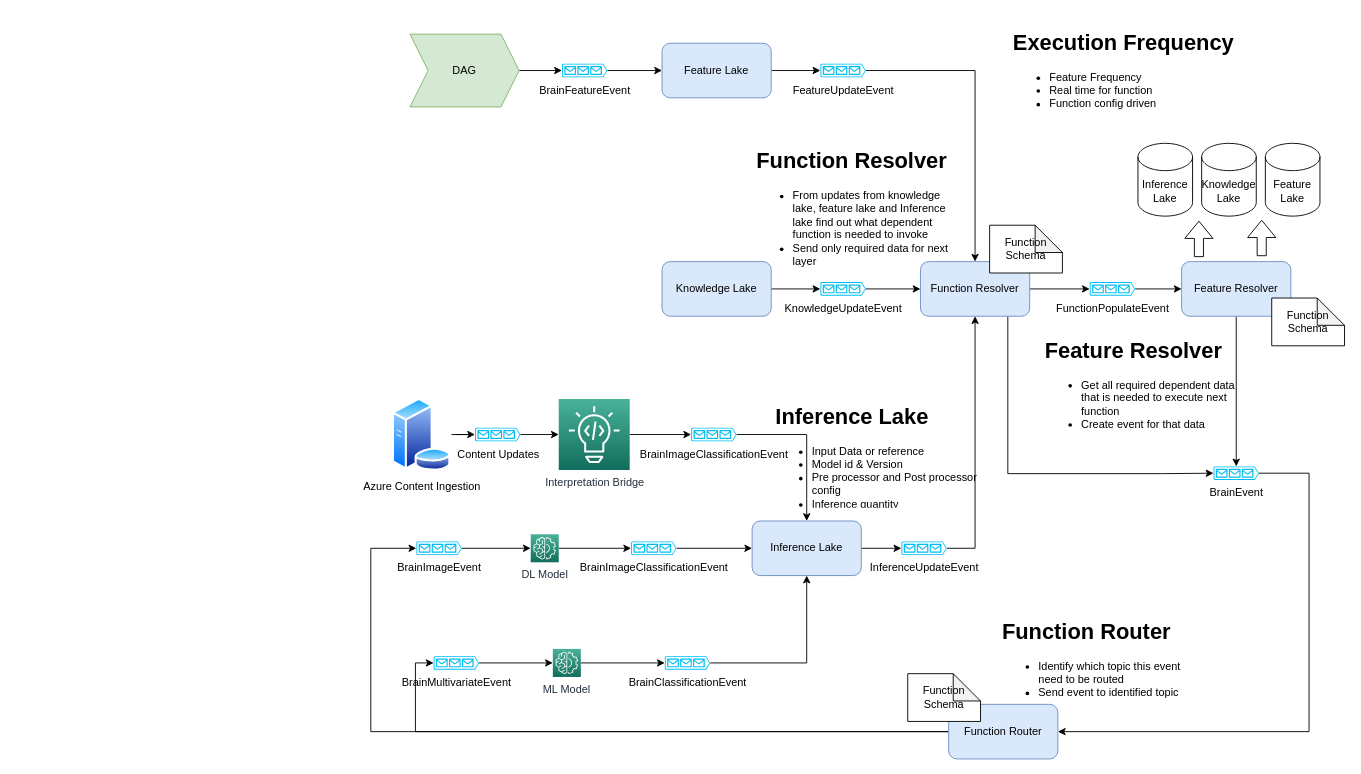
Before: page "Inference Lake" (8 of 9) of docs/diagram/ml.drawio in brain-os/brain-proto, a draw.io diagram. Source tidied: cells renumbered, new cells numbered last; positions are measured from the earlier drawing's top-left corner, leaving out a move shared by most shapes. Both pictures are drawn from the tidied source at 91%, with x=0, y=0 at pixel (370, 25).
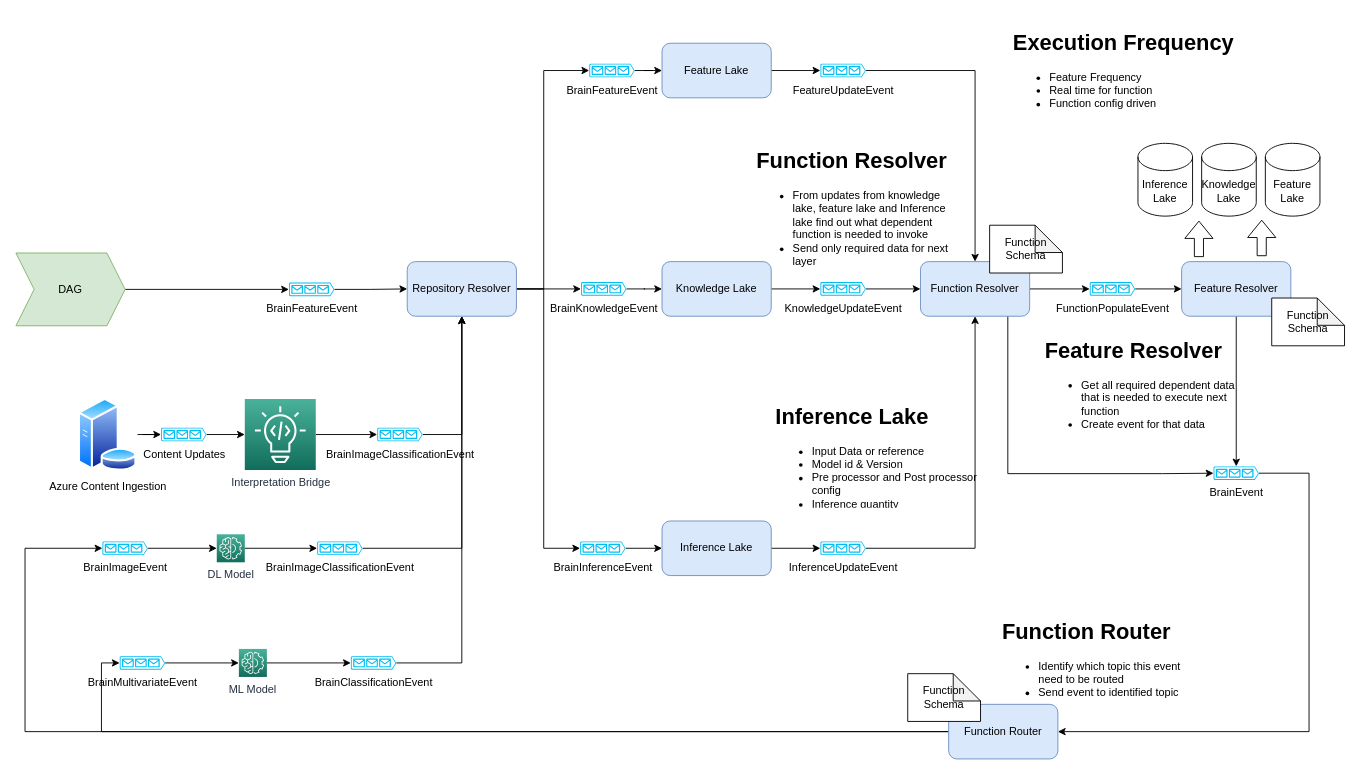
The same diagram, later.

Commit message:
Diagram refined

The change refers to these unchanged cells:
```xml
<mxCell id="13" value="Feature Lake" style="rounded=1;whiteSpace=wrap;html=1;fillColor=#dae8fc;strokeColor=#6c8ebf;" parent="1" vertex="1">
  <mxGeometry x="320" y="20" width="120" height="60" as="geometry" />
</mxCell>
<mxCell id="21" value="Knowledge Lake" style="rounded=1;whiteSpace=wrap;html=1;fillColor=#dae8fc;strokeColor=#6c8ebf;" parent="1" vertex="1">
  <mxGeometry x="320" y="260" width="120" height="60" as="geometry" />
</mxCell>
<mxCell id="40" value="Function Router" style="rounded=1;whiteSpace=wrap;html=1;fillColor=#dae8fc;strokeColor=#6c8ebf;" parent="1" vertex="1">
  <mxGeometry x="635" y="746.5" width="120" height="60" as="geometry" />
</mxCell>
```

The edit, as a diff of the source:
```diff
@@
     <mxCell id="3" value="&lt;font color=&quot;#000000&quot;&gt;DAG&lt;/font&gt;" style="shape=step;perimeter=stepPerimeter;whiteSpace=wrap;html=1;fixedSize=1;fillColor=#d5e8d4;strokeColor=#82b366;" parent="1" vertex="1">
-      <mxGeometry x="43" y="10" width="120" height="80" as="geometry" />
+      <mxGeometry x="-390" y="250.5" width="120" height="80" as="geometry" />
     </mxCell>
@@
-    <mxCell id="5" style="edgeStyle=orthogonalEdgeStyle;rounded=0;jettySize=auto;html=1;entryX=0;entryY=0.5;entryDx=0;entryDy=0;" parent="1" edge="1" source="6" target="15">
-      <mxGeometry relative="1" as="geometry" />
-    </mxCell>
+    <mxCell id="63" style="edgeStyle=orthogonalEdgeStyle;rounded=0;jettySize=auto;html=1;entryX=0.5;entryY=1;entryDx=0;entryDy=0;" parent="1" edge="1" source="6" target="70">
+      <mxGeometry relative="1" as="geometry" />
+    </mxCell>
     <mxCell id="6" value="BrainImageClassificationEvent" style="verticalLabelPosition=bottom;html=1;verticalAlign=top;align=center;strokeColor=none;fillColor=#00BEF2;shape=mxgraph.azure.queue_generic;" parent="1" vertex="1">
-      <mxGeometry x="286" y="567.5" width="50" height="15" as="geometry" />
+      <mxGeometry x="-59" y="567.5" width="50" height="15" as="geometry" />
     </mxCell>
-    <mxCell id="7" style="edgeStyle=orthogonalEdgeStyle;rounded=0;jettySize=auto;html=1;entryX=0;entryY=0.5;entryDx=0;entryDy=0;fontColor=#000000;" parent="1" edge="1" source="8" target="13">
-      <mxGeometry relative="1" as="geometry" />
-    </mxCell>
+    <mxCell id="64" style="edgeStyle=orthogonalEdgeStyle;rounded=0;jettySize=auto;html=1;" parent="1" edge="1" source="8" target="70">
+      <mxGeometry relative="1" as="geometry" />
+    </mxCell>
     <mxCell id="8" value="BrainFeatureEvent" style="verticalLabelPosition=bottom;html=1;verticalAlign=top;align=center;strokeColor=none;fillColor=#00BEF2;shape=mxgraph.azure.queue_generic;" parent="1" vertex="1">
-      <mxGeometry x="210" y="42.5" width="50" height="15" as="geometry" />
+      <mxGeometry x="-90" y="283" width="50" height="15" as="geometry" />
     </mxCell>
@@
-    <mxCell id="10" style="edgeStyle=orthogonalEdgeStyle;rounded=0;jettySize=auto;html=1;entryX=0.5;entryY=1;entryDx=0;entryDy=0;fontColor=#000000;" parent="1" edge="1" source="11" target="15">
-      <mxGeometry relative="1" as="geometry" />
-    </mxCell>
+    <mxCell id="65" style="edgeStyle=orthogonalEdgeStyle;rounded=0;jettySize=auto;html=1;entryX=0.5;entryY=1;entryDx=0;entryDy=0;" parent="1" edge="1" source="11" target="70">
+      <mxGeometry relative="1" as="geometry" />
+    </mxCell>
     <mxCell id="11" value="BrainClassificationEvent" style="verticalLabelPosition=bottom;html=1;verticalAlign=top;align=center;strokeColor=none;fillColor=#00BEF2;shape=mxgraph.azure.queue_generic;" parent="1" vertex="1">
-      <mxGeometry x="323" y="693.5" width="50" height="15" as="geometry" />
+      <mxGeometry x="-22" y="693.5" width="50" height="15" as="geometry" />
     </mxCell>
@@
     <mxCell id="15" value="Inference Lake" style="rounded=1;whiteSpace=wrap;html=1;fillColor=#dae8fc;strokeColor=#6c8ebf;" parent="1" vertex="1">
-      <mxGeometry x="419" y="545" width="120" height="60" as="geometry" />
+      <mxGeometry x="320" y="545" width="120" height="60" as="geometry" />
     </mxCell>
@@
     <mxCell id="27" value="InferenceUpdateEvent" style="verticalLabelPosition=bottom;html=1;verticalAlign=top;align=center;strokeColor=none;fillColor=#00BEF2;shape=mxgraph.azure.queue_generic;" parent="1" vertex="1">
-      <mxGeometry x="583" y="567.5" width="50" height="15" as="geometry" />
+      <mxGeometry x="494" y="567.5" width="50" height="15" as="geometry" />
     </mxCell>
@@
     <mxCell id="39" style="edgeStyle=orthogonalEdgeStyle;rounded=0;jettySize=auto;html=1;entryX=0;entryY=0.5;entryDx=0;entryDy=0;entryPerimeter=0;fontColor=#000000;" parent="1" edge="1" source="40" target="45">
       <mxGeometry relative="1" as="geometry">
         <Array as="points">
-          <mxPoint y="777" />
-          <mxPoint y="575" />
+          <mxPoint x="-380" y="777" />
+          <mxPoint x="-380" y="575" />
         </Array>
       </mxGeometry>
     </mxCell>
@@
     <mxCell id="45" value="BrainImageEvent" style="verticalLabelPosition=bottom;html=1;verticalAlign=top;align=center;strokeColor=none;fillColor=#00BEF2;shape=mxgraph.azure.queue_generic;" parent="1" vertex="1">
-      <mxGeometry x="50" y="567.5" width="50" height="15" as="geometry" />
+      <mxGeometry x="-295" y="567.5" width="50" height="15" as="geometry" />
     </mxCell>
@@
     <mxCell id="47" value="BrainMultivariateEvent" style="verticalLabelPosition=bottom;html=1;verticalAlign=top;align=center;strokeColor=none;fillColor=#00BEF2;shape=mxgraph.azure.queue_generic;" parent="1" vertex="1">
-      <mxGeometry x="69" y="693.5" width="50" height="15" as="geometry" />
+      <mxGeometry x="-276" y="693.5" width="50" height="15" as="geometry" />
     </mxCell>
@@
     <mxCell id="51" value="Azure Content Ingestion" style="perimeter=ellipsePerimeter;html=1;align=center;shadow=0;dashed=0;spacingTop=3;image;image=img/lib/active_directory/database_server.svg;" parent="1" vertex="1">
-      <mxGeometry x="23" y="410" width="65.6" height="80" as="geometry" />
+      <mxGeometry x="-322" y="410" width="65.6" height="80" as="geometry" />
     </mxCell>
@@
     <mxCell id="53" value="Content Updates" style="verticalLabelPosition=bottom;html=1;verticalAlign=top;align=center;strokeColor=none;fillColor=#00BEF2;shape=mxgraph.azure.queue_generic;" parent="1" vertex="1">
-      <mxGeometry x="114.5" y="442.5" width="50" height="15" as="geometry" />
+      <mxGeometry x="-230.5" y="442.5" width="50" height="15" as="geometry" />
     </mxCell>
@@
     <mxCell id="55" value="Interpretation Bridge" style="sketch=0;points=[[0,0,0],[0.25,0,0],[0.5,0,0],[0.75,0,0],[1,0,0],[0,1,0],[0.25,1,0],[0.5,1,0],[0.75,1,0],[1,1,0],[0,0.25,0],[0,0.5,0],[0,0.75,0],[1,0.25,0],[1,0.5,0],[1,0.75,0]];outlineConnect=0;fontColor=#232F3E;gradientColor=#4AB29A;gradientDirection=north;fillColor=#116D5B;strokeColor=#ffffff;dashed=0;verticalLabelPosition=bottom;verticalAlign=top;align=center;html=1;fontSize=12;fontStyle=0;shape=mxgraph.aws4.resourceIcon;resIcon=mxgraph.aws4.codeguru_2;" parent="1" vertex="1">
-      <mxGeometry x="206.5" y="411" width="78" height="78" as="geometry" />
+      <mxGeometry x="-138.5" y="411" width="78" height="78" as="geometry" />
     </mxCell>
-    <mxCell id="56" style="edgeStyle=orthogonalEdgeStyle;rounded=0;jettySize=auto;html=1;" parent="1" edge="1" source="57" target="15">
-      <mxGeometry relative="1" as="geometry" />
-    </mxCell>
+    <mxCell id="66" style="edgeStyle=orthogonalEdgeStyle;rounded=0;jettySize=auto;html=1;entryX=0.5;entryY=1;entryDx=0;entryDy=0;" parent="1" edge="1" source="57" target="70">
+      <mxGeometry relative="1" as="geometry">
+        <Array as="points">
+          <mxPoint x="100" y="450" />
+        </Array>
+      </mxGeometry>
+    </mxCell>
     <mxCell id="57" value="BrainImageClassificationEvent" style="verticalLabelPosition=bottom;html=1;verticalAlign=top;align=center;strokeColor=none;fillColor=#00BEF2;shape=mxgraph.azure.queue_generic;" parent="1" vertex="1">
-      <mxGeometry x="352" y="442.5" width="50" height="15" as="geometry" />
+      <mxGeometry x="7" y="442.5" width="50" height="15" as="geometry" />
     </mxCell>
     <mxCell id="58" value="DL Model" style="sketch=0;points=[[0,0,0],[0.25,0,0],[0.5,0,0],[0.75,0,0],[1,0,0],[0,1,0],[0.25,1,0],[0.5,1,0],[0.75,1,0],[1,1,0],[0,0.25,0],[0,0.5,0],[0,0.75,0],[1,0.25,0],[1,0.5,0],[1,0.75,0]];outlineConnect=0;fontColor=#232F3E;gradientColor=#4AB29A;gradientDirection=north;fillColor=#116D5B;strokeColor=#ffffff;dashed=0;verticalLabelPosition=bottom;verticalAlign=top;align=center;html=1;fontSize=12;fontStyle=0;shape=mxgraph.aws4.resourceIcon;resIcon=mxgraph.aws4.machine_learning;" parent="1" vertex="1">
-      <mxGeometry x="175.7" y="559.6" width="30.8" height="30.8" as="geometry" />
+      <mxGeometry x="-169.3" y="559.6" width="30.8" height="30.8" as="geometry" />
     </mxCell>
     <mxCell id="59" value="ML Model" style="sketch=0;points=[[0,0,0],[0.25,0,0],[0.5,0,0],[0.75,0,0],[1,0,0],[0,1,0],[0.25,1,0],[0.5,1,0],[0.75,1,0],[1,1,0],[0,0.25,0],[0,0.5,0],[0,0.75,0],[1,0.25,0],[1,0.5,0],[1,0.75,0]];outlineConnect=0;fontColor=#232F3E;gradientColor=#4AB29A;gradientDirection=north;fillColor=#116D5B;strokeColor=#ffffff;dashed=0;verticalLabelPosition=bottom;verticalAlign=top;align=center;html=1;fontSize=12;fontStyle=0;shape=mxgraph.aws4.resourceIcon;resIcon=mxgraph.aws4.machine_learning;" parent="1" vertex="1">
-      <mxGeometry x="200" y="685.6" width="30.8" height="30.8" as="geometry" />
+      <mxGeometry x="-145" y="685.6" width="30.8" height="30.8" as="geometry" />
     </mxCell>
@@
+    <mxCell id="67" style="edgeStyle=orthogonalEdgeStyle;rounded=0;jettySize=auto;html=1;entryX=0;entryY=0.5;entryDx=0;entryDy=0;entryPerimeter=0;" parent="1" edge="1" source="70" target="74">
+      <mxGeometry relative="1" as="geometry" />
+    </mxCell>
+    <mxCell id="68" style="edgeStyle=orthogonalEdgeStyle;rounded=0;jettySize=auto;html=1;entryX=0;entryY=0.5;entryDx=0;entryDy=0;entryPerimeter=0;" parent="1" edge="1" source="70" target="76">
+      <mxGeometry relative="1" as="geometry">
+        <Array as="points">
+          <mxPoint x="190" y="290" />
+          <mxPoint x="190" y="575" />
+        </Array>
+      </mxGeometry>
+    </mxCell>
+    <mxCell id="69" style="edgeStyle=orthogonalEdgeStyle;rounded=0;jettySize=auto;html=1;entryX=0;entryY=0.5;entryDx=0;entryDy=0;entryPerimeter=0;" parent="1" edge="1" source="70" target="72">
+      <mxGeometry relative="1" as="geometry">
+        <Array as="points">
+          <mxPoint x="190" y="290" />
+          <mxPoint x="190" y="50" />
+        </Array>
+      </mxGeometry>
+    </mxCell>
+    <mxCell id="70" value="Repository Resolver" style="rounded=1;whiteSpace=wrap;html=1;fillColor=#dae8fc;strokeColor=#6c8ebf;" parent="1" vertex="1">
+      <mxGeometry x="40" y="260" width="120" height="60" as="geometry" />
+    </mxCell>
+    <mxCell id="71" style="edgeStyle=orthogonalEdgeStyle;rounded=0;jettySize=auto;html=1;entryX=0;entryY=0.5;entryDx=0;entryDy=0;" parent="1" edge="1" source="72" target="13">
+      <mxGeometry relative="1" as="geometry" />
+    </mxCell>
+    <mxCell id="72" value="BrainFeatureEvent" style="verticalLabelPosition=bottom;html=1;verticalAlign=top;align=center;strokeColor=none;fillColor=#00BEF2;shape=mxgraph.azure.queue_generic;" parent="1" vertex="1">
+      <mxGeometry x="240" y="42.5" width="50" height="15" as="geometry" />
+    </mxCell>
+    <mxCell id="73" style="edgeStyle=orthogonalEdgeStyle;rounded=0;jettySize=auto;html=1;entryX=0;entryY=0.5;entryDx=0;entryDy=0;" parent="1" edge="1" source="74" target="21">
+      <mxGeometry relative="1" as="geometry" />
+    </mxCell>
+    <mxCell id="74" value="BrainKnowledgeEvent" style="verticalLabelPosition=bottom;html=1;verticalAlign=top;align=center;strokeColor=none;fillColor=#00BEF2;shape=mxgraph.azure.queue_generic;" parent="1" vertex="1">
+      <mxGeometry x="231" y="282.5" width="50" height="15" as="geometry" />
+    </mxCell>
+    <mxCell id="75" style="edgeStyle=orthogonalEdgeStyle;rounded=0;jettySize=auto;html=1;entryX=0;entryY=0.5;entryDx=0;entryDy=0;" parent="1" edge="1" source="76" target="15">
+      <mxGeometry relative="1" as="geometry" />
+    </mxCell>
+    <mxCell id="76" value="BrainInferenceEvent" style="verticalLabelPosition=bottom;html=1;verticalAlign=top;align=center;strokeColor=none;fillColor=#00BEF2;shape=mxgraph.azure.queue_generic;" parent="1" vertex="1">
+      <mxGeometry x="230" y="567.5" width="50" height="15" as="geometry" />
+    </mxCell>
```
